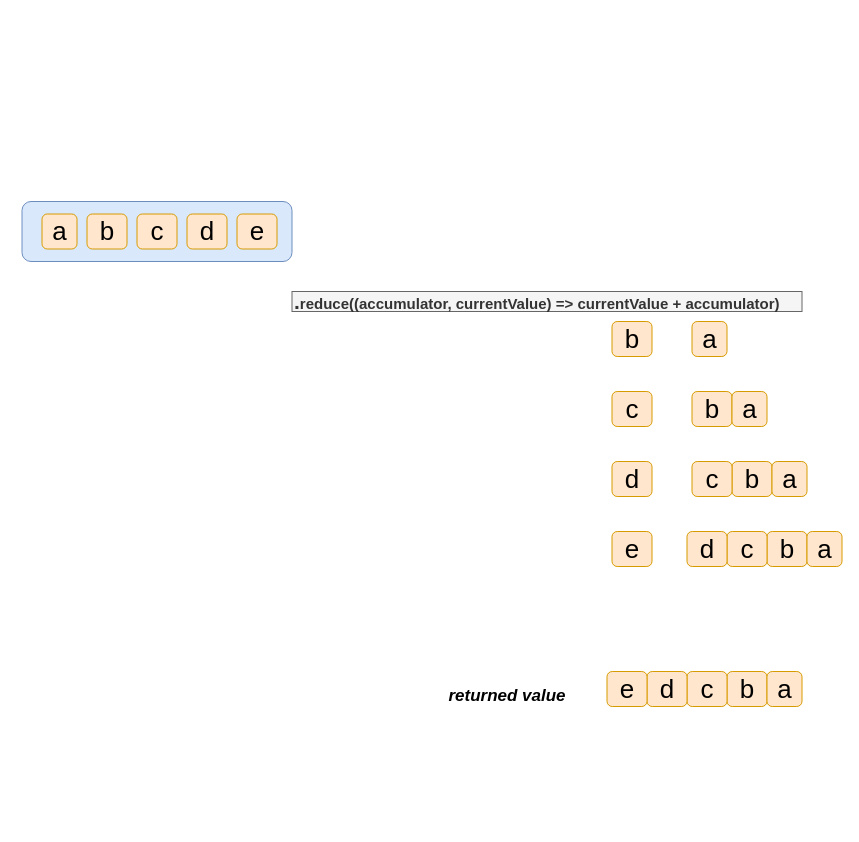
The draw.io diagram palindrome/palindrome2.drawio in islamCodehood/coding-interview-qs, before the edit. Source tidied: cells renumbered, new cells numbered last; positions are measured from the earlier drawing's top-left corner, leaving out a move shared by most shapes. Both pictures are drawn from the tidied source at 100%, with x=0, y=0 at pixel (21, 201).
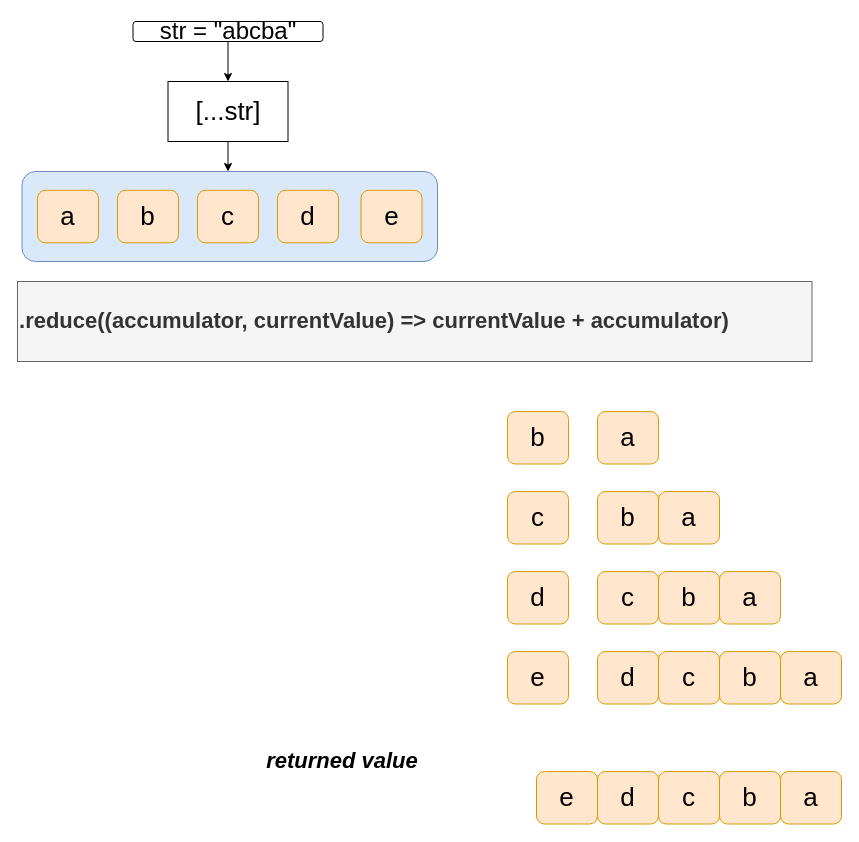
The same diagram, later.

Diff of the diagram source:
```diff
@@
     <mxCell id="2" style="rounded=1;whiteSpace=wrap;html=1;fillColor=#dae8fc;strokeColor=#6c8ebf;fontSize=15;" parent="1" vertex="1">
-      <mxGeometry x="0.5" width="270" height="60" as="geometry" />
+      <mxGeometry x="0.5" y="-30" width="415.5" height="90" as="geometry" />
     </mxCell>
     <mxCell id="3" value="a" style="rounded=1;whiteSpace=wrap;html=1;fillColor=#ffe6cc;strokeColor=#d79b00;fontSize=26;" parent="1" vertex="1">
-      <mxGeometry x="20.5" y="12.5" width="35" height="35" as="geometry" />
+      <mxGeometry x="16" y="-11.2" width="61" height="52.5" as="geometry" />
     </mxCell>
-    <mxCell id="4" value="b" style="rounded=1;whiteSpace=wrap;html=1;fillColor=#ffe6cc;strokeColor=#d79b00;fontSize=26;" parent="1" vertex="1">
-      <mxGeometry x="670.5" y="190" width="40" height="35" as="geometry" />
-    </mxCell>
-    <mxCell id="5" value="c" style="rounded=1;whiteSpace=wrap;html=1;fillColor=#ffe6cc;strokeColor=#d79b00;fontSize=26;" parent="1" vertex="1">
-      <mxGeometry x="115.5" y="12.5" width="40" height="35" as="geometry" />
-    </mxCell>
-    <mxCell id="6" value="d" style="rounded=1;whiteSpace=wrap;html=1;fillColor=#ffe6cc;strokeColor=#d79b00;fontSize=26;" parent="1" vertex="1">
-      <mxGeometry x="165.5" y="12.5" width="40" height="35" as="geometry" />
-    </mxCell>
-    <mxCell id="7" value="e" style="rounded=1;whiteSpace=wrap;html=1;fillColor=#ffe6cc;strokeColor=#d79b00;fontSize=26;" parent="1" vertex="1">
-      <mxGeometry x="215.5" y="12.5" width="40" height="35" as="geometry" />
-    </mxCell>
-    <mxCell id="8" value="&lt;font style=&quot;font-size: 21px&quot;&gt;.&lt;/font&gt;reduce((accumulator, currentValue) =&amp;gt; currentValue + accumulator)" style="text;html=1;strokeColor=#666666;fillColor=#f5f5f5;align=left;verticalAlign=middle;whiteSpace=wrap;rounded=0;fontSize=15;fontStyle=1;labelBackgroundColor=none;fontColor=#333333;" parent="1" vertex="1">
-      <mxGeometry x="270.5" y="90" width="510" height="20" as="geometry" />
+    <mxCell id="8" value="&lt;font style=&quot;font-size: 22px;&quot;&gt;.&lt;/font&gt;reduce((accumulator, currentValue) =&amp;gt; currentValue + accumulator)" style="text;html=1;strokeColor=#666666;fillColor=#f5f5f5;align=left;verticalAlign=middle;whiteSpace=wrap;rounded=0;fontSize=22;fontStyle=1;labelBackgroundColor=none;fontColor=#333333;" parent="1" vertex="1">
+      <mxGeometry x="-4" y="80" width="794.5" height="80" as="geometry" />
     </mxCell>
-    <mxCell id="9" value="a" style="rounded=1;whiteSpace=wrap;html=1;fillColor=#ffe6cc;strokeColor=#d79b00;fontSize=26;" parent="1" vertex="1">
-      <mxGeometry x="670.5" y="120" width="35" height="35" as="geometry" />
-    </mxCell>
-    <mxCell id="10" value="b" style="rounded=1;whiteSpace=wrap;html=1;fillColor=#ffe6cc;strokeColor=#d79b00;fontSize=26;" parent="1" vertex="1">
-      <mxGeometry x="65.5" y="12.5" width="40" height="35" as="geometry" />
-    </mxCell>
-    <mxCell id="11" value="c" style="rounded=1;whiteSpace=wrap;html=1;fillColor=#ffe6cc;strokeColor=#d79b00;fontSize=26;" parent="1" vertex="1">
-      <mxGeometry x="590.5" y="190" width="40" height="35" as="geometry" />
-    </mxCell>
-    <mxCell id="12" value="a" style="rounded=1;whiteSpace=wrap;html=1;fillColor=#ffe6cc;strokeColor=#d79b00;fontSize=26;" parent="1" vertex="1">
-      <mxGeometry x="710.5" y="190" width="35" height="35" as="geometry" />
-    </mxCell>
-    <mxCell id="13" value="b" style="rounded=1;whiteSpace=wrap;html=1;fillColor=#ffe6cc;strokeColor=#d79b00;fontSize=26;" parent="1" vertex="1">
-      <mxGeometry x="710.5" y="260" width="40" height="35" as="geometry" />
-    </mxCell>
-    <mxCell id="14" value="c" style="rounded=1;whiteSpace=wrap;html=1;fillColor=#ffe6cc;strokeColor=#d79b00;fontSize=26;" parent="1" vertex="1">
-      <mxGeometry x="670.5" y="260" width="40" height="35" as="geometry" />
-    </mxCell>
-    <mxCell id="15" value="a" style="rounded=1;whiteSpace=wrap;html=1;fillColor=#ffe6cc;strokeColor=#d79b00;fontSize=26;" parent="1" vertex="1">
-      <mxGeometry x="750.5" y="260" width="35" height="35" as="geometry" />
-    </mxCell>
-    <mxCell id="16" value="d" style="rounded=1;whiteSpace=wrap;html=1;fillColor=#ffe6cc;strokeColor=#d79b00;fontSize=26;" parent="1" vertex="1">
-      <mxGeometry x="590.5" y="260" width="40" height="35" as="geometry" />
-    </mxCell>
-    <mxCell id="17" value="b" style="rounded=1;whiteSpace=wrap;html=1;fillColor=#ffe6cc;strokeColor=#d79b00;fontSize=26;" parent="1" vertex="1">
-      <mxGeometry x="745.5" y="330" width="40" height="35" as="geometry" />
-    </mxCell>
-    <mxCell id="18" value="c" style="rounded=1;whiteSpace=wrap;html=1;fillColor=#ffe6cc;strokeColor=#d79b00;fontSize=26;" parent="1" vertex="1">
-      <mxGeometry x="705.5" y="330" width="40" height="35" as="geometry" />
-    </mxCell>
-    <mxCell id="19" value="a" style="rounded=1;whiteSpace=wrap;html=1;fillColor=#ffe6cc;strokeColor=#d79b00;fontSize=26;" parent="1" vertex="1">
-      <mxGeometry x="785.5" y="330" width="35" height="35" as="geometry" />
-    </mxCell>
-    <mxCell id="20" value="d" style="rounded=1;whiteSpace=wrap;html=1;fillColor=#ffe6cc;strokeColor=#d79b00;fontSize=26;" parent="1" vertex="1">
-      <mxGeometry x="665.5" y="330" width="40" height="35" as="geometry" />
-    </mxCell>
-    <mxCell id="21" value="e" style="rounded=1;whiteSpace=wrap;html=1;fillColor=#ffe6cc;strokeColor=#d79b00;fontSize=26;" parent="1" vertex="1">
-      <mxGeometry x="590.5" y="330" width="40" height="35" as="geometry" />
-    </mxCell>
-    <mxCell id="22" value="b" style="rounded=1;whiteSpace=wrap;html=1;fillColor=#ffe6cc;strokeColor=#d79b00;fontSize=26;" parent="1" vertex="1">
-      <mxGeometry x="705.5" y="470" width="40" height="35" as="geometry" />
-    </mxCell>
-    <mxCell id="23" value="c" style="rounded=1;whiteSpace=wrap;html=1;fillColor=#ffe6cc;strokeColor=#d79b00;fontSize=26;" parent="1" vertex="1">
-      <mxGeometry x="665.5" y="470" width="40" height="35" as="geometry" />
-    </mxCell>
-    <mxCell id="24" value="a" style="rounded=1;whiteSpace=wrap;html=1;fillColor=#ffe6cc;strokeColor=#d79b00;fontSize=26;" parent="1" vertex="1">
-      <mxGeometry x="745.5" y="470" width="35" height="35" as="geometry" />
-    </mxCell>
-    <mxCell id="25" value="d" style="rounded=1;whiteSpace=wrap;html=1;fillColor=#ffe6cc;strokeColor=#d79b00;fontSize=26;" parent="1" vertex="1">
-      <mxGeometry x="625.5" y="470" width="40" height="35" as="geometry" />
-    </mxCell>
-    <mxCell id="26" value="e" style="rounded=1;whiteSpace=wrap;html=1;fillColor=#ffe6cc;strokeColor=#d79b00;fontSize=26;" parent="1" vertex="1">
-      <mxGeometry x="585.5" y="470" width="40" height="35" as="geometry" />
-    </mxCell>
-    <mxCell id="27" value="returned value" style="text;html=1;strokeColor=none;fillColor=none;align=center;verticalAlign=middle;whiteSpace=wrap;rounded=0;fontSize=17;fontStyle=3;" parent="1" vertex="1">
-      <mxGeometry x="400.5" y="485" width="170" height="20" as="geometry" />
+    <mxCell id="27" value="returned value" style="text;html=1;strokeColor=none;fillColor=none;align=center;verticalAlign=middle;whiteSpace=wrap;rounded=0;fontSize=22;fontStyle=3;" parent="1" vertex="1">
+      <mxGeometry x="215.5" y="550" width="210" height="20" as="geometry" />
     </mxCell>
-    <mxCell id="28" value="b" style="rounded=1;whiteSpace=wrap;html=1;fillColor=#ffe6cc;strokeColor=#d79b00;fontSize=26;" parent="1" vertex="1">
-      <mxGeometry x="590.5" y="120" width="40" height="35" as="geometry" />
-    </mxCell>
+    <mxCell id="29" value="b" style="rounded=1;whiteSpace=wrap;html=1;fillColor=#ffe6cc;strokeColor=#d79b00;fontSize=26;" parent="1" vertex="1">
+      <mxGeometry x="96" y="-11.2" width="61" height="52.5" as="geometry" />
+    </mxCell>
+    <mxCell id="30" value="c" style="rounded=1;whiteSpace=wrap;html=1;fillColor=#ffe6cc;strokeColor=#d79b00;fontSize=26;" parent="1" vertex="1">
+      <mxGeometry x="176" y="-11.2" width="61" height="52.5" as="geometry" />
+    </mxCell>
+    <mxCell id="31" value="d" style="rounded=1;whiteSpace=wrap;html=1;fillColor=#ffe6cc;strokeColor=#d79b00;fontSize=26;" parent="1" vertex="1">
+      <mxGeometry x="256" y="-11.2" width="61" height="52.5" as="geometry" />
+    </mxCell>
+    <mxCell id="32" value="e" style="rounded=1;whiteSpace=wrap;html=1;fillColor=#ffe6cc;strokeColor=#d79b00;fontSize=26;" parent="1" vertex="1">
+      <mxGeometry x="339.5" y="-11.2" width="61" height="52.5" as="geometry" />
+    </mxCell>
+    <mxCell id="33" value="b" style="rounded=1;whiteSpace=wrap;html=1;fillColor=#ffe6cc;strokeColor=#d79b00;fontSize=26;" parent="1" vertex="1">
+      <mxGeometry x="486" y="210" width="61" height="52.5" as="geometry" />
+    </mxCell>
+    <mxCell id="34" value="a" style="rounded=1;whiteSpace=wrap;html=1;fillColor=#ffe6cc;strokeColor=#d79b00;fontSize=26;" parent="1" vertex="1">
+      <mxGeometry x="576" y="210" width="61" height="52.5" as="geometry" />
+    </mxCell>
+    <mxCell id="35" value="c" style="rounded=1;whiteSpace=wrap;html=1;fillColor=#ffe6cc;strokeColor=#d79b00;fontSize=26;" parent="1" vertex="1">
+      <mxGeometry x="486" y="290" width="61" height="52.5" as="geometry" />
+    </mxCell>
+    <mxCell id="36" value="b" style="rounded=1;whiteSpace=wrap;html=1;fillColor=#ffe6cc;strokeColor=#d79b00;fontSize=26;" parent="1" vertex="1">
+      <mxGeometry x="576" y="290" width="61" height="52.5" as="geometry" />
+    </mxCell>
+    <mxCell id="37" value="a" style="rounded=1;whiteSpace=wrap;html=1;fillColor=#ffe6cc;strokeColor=#d79b00;fontSize=26;" parent="1" vertex="1">
+      <mxGeometry x="637" y="290" width="61" height="52.5" as="geometry" />
+    </mxCell>
+    <mxCell id="38" value="d" style="rounded=1;whiteSpace=wrap;html=1;fillColor=#ffe6cc;strokeColor=#d79b00;fontSize=26;" parent="1" vertex="1">
+      <mxGeometry x="486" y="370" width="61" height="52.5" as="geometry" />
+    </mxCell>
+    <mxCell id="39" value="b" style="rounded=1;whiteSpace=wrap;html=1;fillColor=#ffe6cc;strokeColor=#d79b00;fontSize=26;" parent="1" vertex="1">
+      <mxGeometry x="637" y="370" width="61" height="52.5" as="geometry" />
+    </mxCell>
+    <mxCell id="40" value="a" style="rounded=1;whiteSpace=wrap;html=1;fillColor=#ffe6cc;strokeColor=#d79b00;fontSize=26;" parent="1" vertex="1">
+      <mxGeometry x="698" y="370" width="61" height="52.5" as="geometry" />
+    </mxCell>
+    <mxCell id="41" value="c" style="rounded=1;whiteSpace=wrap;html=1;fillColor=#ffe6cc;strokeColor=#d79b00;fontSize=26;" parent="1" vertex="1">
+      <mxGeometry x="576" y="370" width="61" height="52.5" as="geometry" />
+    </mxCell>
+    <mxCell id="42" value="e" style="rounded=1;whiteSpace=wrap;html=1;fillColor=#ffe6cc;strokeColor=#d79b00;fontSize=26;" parent="1" vertex="1">
+      <mxGeometry x="486" y="450" width="61" height="52.5" as="geometry" />
+    </mxCell>
+    <mxCell id="43" value="b" style="rounded=1;whiteSpace=wrap;html=1;fillColor=#ffe6cc;strokeColor=#d79b00;fontSize=26;" parent="1" vertex="1">
+      <mxGeometry x="698" y="450" width="61" height="52.5" as="geometry" />
+    </mxCell>
+    <mxCell id="44" value="a" style="rounded=1;whiteSpace=wrap;html=1;fillColor=#ffe6cc;strokeColor=#d79b00;fontSize=26;" parent="1" vertex="1">
+      <mxGeometry x="759" y="450" width="61" height="52.5" as="geometry" />
+    </mxCell>
+    <mxCell id="45" value="c" style="rounded=1;whiteSpace=wrap;html=1;fillColor=#ffe6cc;strokeColor=#d79b00;fontSize=26;" parent="1" vertex="1">
+      <mxGeometry x="637" y="450" width="61" height="52.5" as="geometry" />
+    </mxCell>
+    <mxCell id="46" value="d" style="rounded=1;whiteSpace=wrap;html=1;fillColor=#ffe6cc;strokeColor=#d79b00;fontSize=26;" parent="1" vertex="1">
+      <mxGeometry x="576" y="450" width="61" height="52.5" as="geometry" />
+    </mxCell>
+    <mxCell id="47" value="e" style="rounded=1;whiteSpace=wrap;html=1;fillColor=#ffe6cc;strokeColor=#d79b00;fontSize=26;" parent="1" vertex="1">
+      <mxGeometry x="515" y="570" width="61" height="52.5" as="geometry" />
+    </mxCell>
+    <mxCell id="48" value="b" style="rounded=1;whiteSpace=wrap;html=1;fillColor=#ffe6cc;strokeColor=#d79b00;fontSize=26;" parent="1" vertex="1">
+      <mxGeometry x="698" y="570" width="61" height="52.5" as="geometry" />
+    </mxCell>
+    <mxCell id="49" value="a" style="rounded=1;whiteSpace=wrap;html=1;fillColor=#ffe6cc;strokeColor=#d79b00;fontSize=26;" parent="1" vertex="1">
+      <mxGeometry x="759" y="570" width="61" height="52.5" as="geometry" />
+    </mxCell>
+    <mxCell id="50" value="c" style="rounded=1;whiteSpace=wrap;html=1;fillColor=#ffe6cc;strokeColor=#d79b00;fontSize=26;" parent="1" vertex="1">
+      <mxGeometry x="637" y="570" width="61" height="52.5" as="geometry" />
+    </mxCell>
+    <mxCell id="51" value="d" style="rounded=1;whiteSpace=wrap;html=1;fillColor=#ffe6cc;strokeColor=#d79b00;fontSize=26;" parent="1" vertex="1">
+      <mxGeometry x="576" y="570" width="61" height="52.5" as="geometry" />
+    </mxCell>
+    <mxCell id="52" style="edgeStyle=orthogonalEdgeStyle;rounded=0;jettySize=auto;html=1;fontSize=26;" parent="1" edge="1" source="53" target="55">
+      <mxGeometry relative="1" as="geometry" />
+    </mxCell>
+    <mxCell id="53" value="str = &quot;abcba&quot;" style="text;html=1;strokeColor=#000000;fillColor=none;align=center;verticalAlign=middle;whiteSpace=wrap;rounded=1;fontSize=24;" parent="1" vertex="1">
+      <mxGeometry x="111.5" y="-180" width="190" height="20" as="geometry" />
+    </mxCell>
+    <mxCell id="54" style="edgeStyle=orthogonalEdgeStyle;rounded=0;jettySize=auto;html=1;fontSize=26;" parent="1" edge="1" source="55">
+      <mxGeometry relative="1" as="geometry">
+        <mxPoint x="206.5" y="-30" as="targetPoint" />
+      </mxGeometry>
+    </mxCell>
+    <mxCell id="55" value="[...str]" style="rounded=0;whiteSpace=wrap;html=1;fontSize=26;" parent="1" vertex="1">
+      <mxGeometry x="146.5" y="-120" width="120" height="60" as="geometry" />
+    </mxCell>
```
